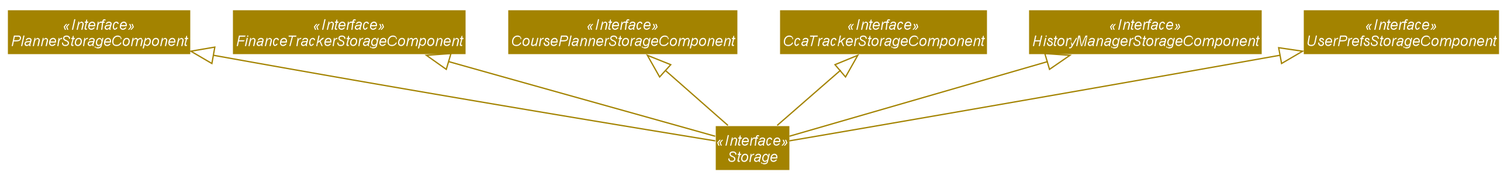
nus-cs2103-AY1920S1/addressbook-level3 keeps this PlantUML diagram as docs/images/storage/StorageInterfaceClassDiagram.png. Above is the earlier version. Source of this version:
```plantuml
@startuml








skinparam BackgroundColor #FFFFFFF

skinparam Shadowing false

skinparam Class {
    FontColor #FFFFFF
    BorderThickness 1
    BorderColor #FFFFFF
    StereotypeFontColor #FFFFFF
    FontName Arial
}

skinparam Actor {
    BorderColor #000000
    Color #000000
    FontName Arial
}

skinparam Sequence {
    MessageAlign center
    BoxFontSize 15
    BoxPadding 0
    BoxFontColor #FFFFFF
    FontName Arial
}

skinparam Participant {
    FontColor #FFFFFFF
    Padding 20
}

skinparam MinClassWidth 50
skinparam ParticipantPadding 10
skinparam Shadowing false
skinparam DefaultTextAlignment center
skinparam packageStyle Rectangle

hide footbox
hide members
hide circle
skinparam arrowThickness 1.1
skinparam arrowColor #A38300
skinparam classBackgroundColor #A38300

Interface Storage <<Interface>>
Interface UserPrefsStorageComponent <<Interface>>
Interface HistoryManagerStorageComponent <<Interface>>
Interface CcaTrackerStorageComponent <<Interface>>
Interface CoursePlannerStorageComponent <<Interface>>
Interface FinanceTrackerStorageComponent <<Interface>>
Interface PlannerStorageComponent <<Interface>>

Storage -up-|> UserPrefsStorageComponent
Storage -up-|> HistoryManagerStorageComponent
Storage -up-|> CcaTrackerStorageComponent
Storage -up-|> CoursePlannerStorageComponent
Storage -up-|> FinanceTrackerStorageComponent
Storage -up-|> PlannerStorageComponent

@enduml
```
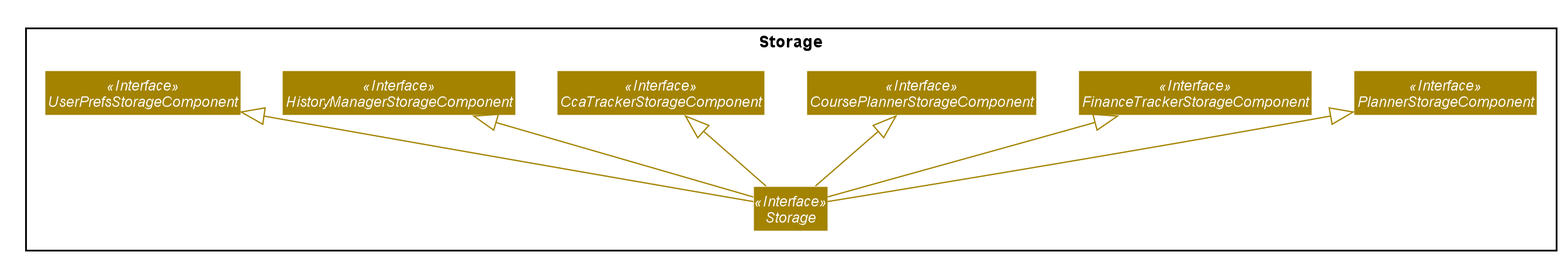
Later version of the same file.

The edit, as a diff of the source:
```diff
@@ -51,13 +51,15 @@
 skinparam arrowColor #A38300
 skinparam classBackgroundColor #A38300
 
-Interface Storage <<Interface>>
-Interface UserPrefsStorageComponent <<Interface>>
-Interface HistoryManagerStorageComponent <<Interface>>
-Interface CcaTrackerStorageComponent <<Interface>>
-Interface CoursePlannerStorageComponent <<Interface>>
-Interface FinanceTrackerStorageComponent <<Interface>>
-Interface PlannerStorageComponent <<Interface>>
+Package Storage <<Rectangle>> {
+    Interface Storage <<Interface>>
+    Interface UserPrefsStorageComponent <<Interface>>
+    Interface HistoryManagerStorageComponent <<Interface>>
+    Interface CcaTrackerStorageComponent <<Interface>>
+    Interface CoursePlannerStorageComponent <<Interface>>
+    Interface FinanceTrackerStorageComponent <<Interface>>
+    Interface PlannerStorageComponent <<Interface>>
+}
 
 Storage -up-|> UserPrefsStorageComponent
 Storage -up-|> HistoryManagerStorageComponent
```
